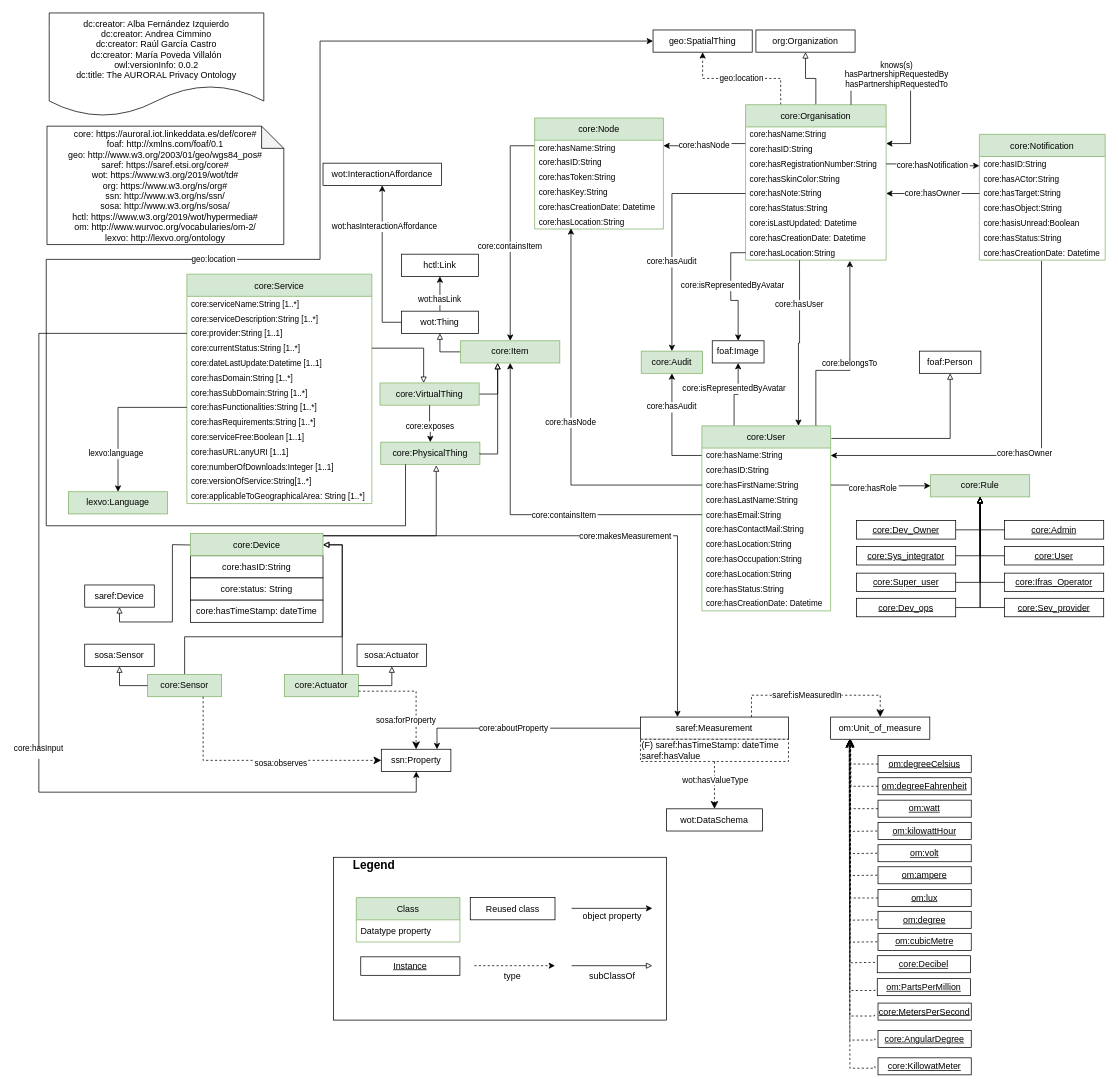
Earlier version of the draw.io diagram page "V2" (1 of 2) of diagrams/core.drawio (oeg-upm/auroral-core-ontology). Source tidied: cells renumbered, new cells numbered last; positions are measured from the earlier drawing's top-left corner, leaving out a move shared by most shapes. Both pictures are drawn from the tidied source at 74%, with x=0, y=0 at pixel (38, 13).
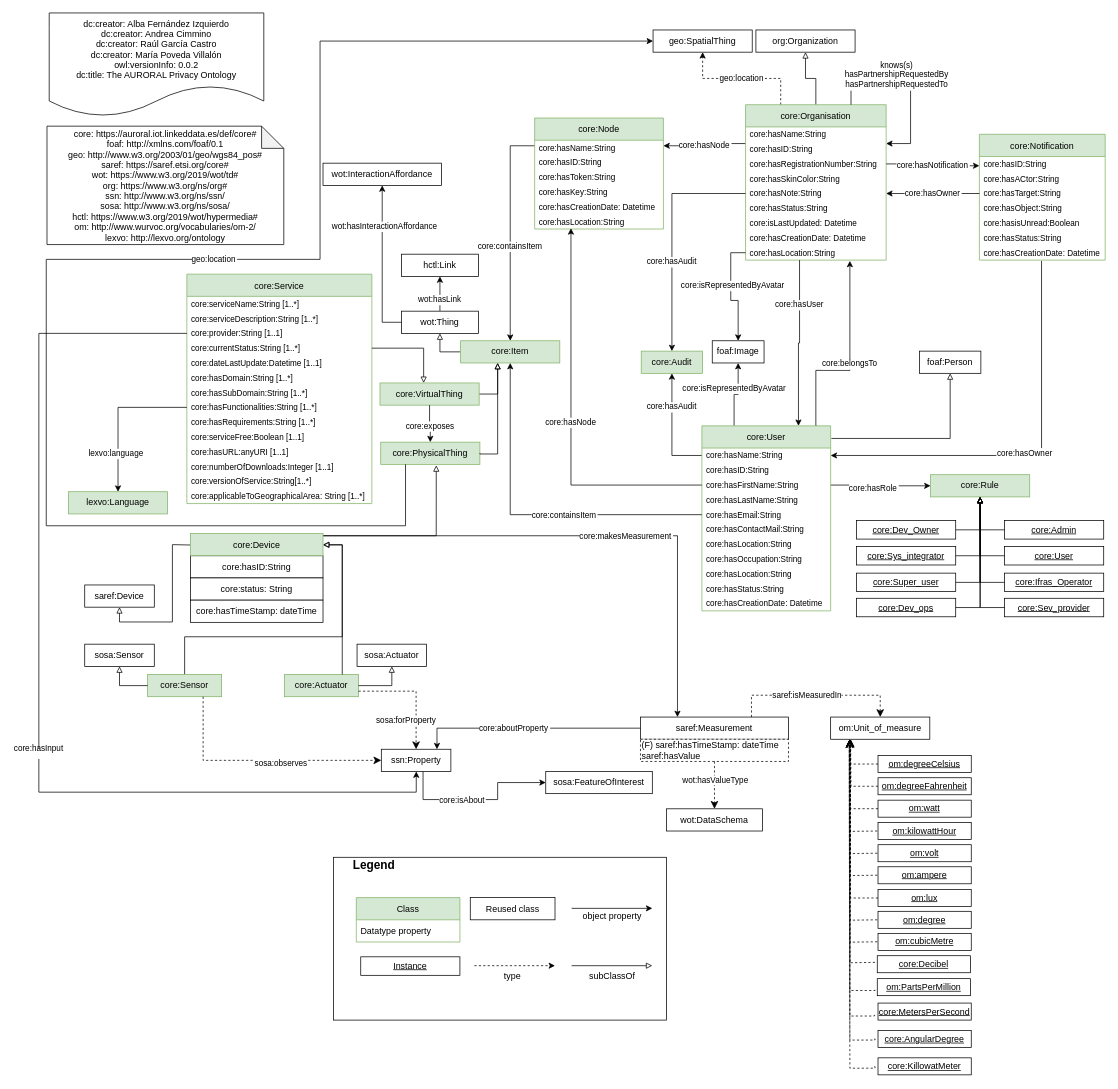
The same diagram, later.

The change refers to these unchanged cells:
```xml
<mxCell id="114" value="ssn:Property" style="rounded=0;whiteSpace=wrap;html=1;points=[[0.1,0],[0.2,0],[0.3,0],[0.4,0],[0.5,0],[0.6,0],[0.7,0],[0.8,0],[0.9,0],[0,0.1],[0,0.3],[0,0.5],[0,0.7],[0,0.9],[0.1,1],[0.2,1],[0.3,1],[0.4,1],[0.5,1],[0.6,1],[0.7,1],[0.8,1],[0.9,1],[1,0.1],[1,0.3],[1,0.5],[1,0.7],[1,0.9]];" parent="1" vertex="1">
  <mxGeometry x="462.8" y="995" width="94" height="30" as="geometry" />
</mxCell>
```

The edit, as a diff of the source:
```diff
@@
+    <mxCell id="187" value="sosa:FeatureOfInterest" style="rounded=0;whiteSpace=wrap;html=1;points=[[0.1,0],[0.2,0],[0.3,0],[0.4,0],[0.5,0],[0.6,0],[0.7,0],[0.8,0],[0.9,0],[0,0.1],[0,0.3],[0,0.5],[0,0.7],[0,0.9],[0.1,1],[0.2,1],[0.3,1],[0.4,1],[0.5,1],[0.6,1],[0.7,1],[0.8,1],[0.9,1],[1,0.1],[1,0.3],[1,0.5],[1,0.7],[1,0.9]];" parent="1" vertex="1">
+      <mxGeometry x="685" y="1025" width="144" height="30" as="geometry" />
+    </mxCell>
+    <mxCell id="188" value="core:isAbout" style="edgeStyle=orthogonalEdgeStyle;rounded=0;jettySize=auto;entryX=0;entryY=0.5;entryDx=0;entryDy=0;fontSize=11;endArrow=classic;endFill=1;exitX=0.6;exitY=1;exitDx=0;exitDy=0;" parent="1" edge="1" source="114" target="187">
+      <mxGeometry x="-0.2" relative="1" as="geometry">
+        <Array as="points">
+          <mxPoint x="519" y="1063" />
+          <mxPoint x="620" y="1063" />
+          <mxPoint x="620" y="1040" />
+        </Array>
+      </mxGeometry>
+    </mxCell>
```
